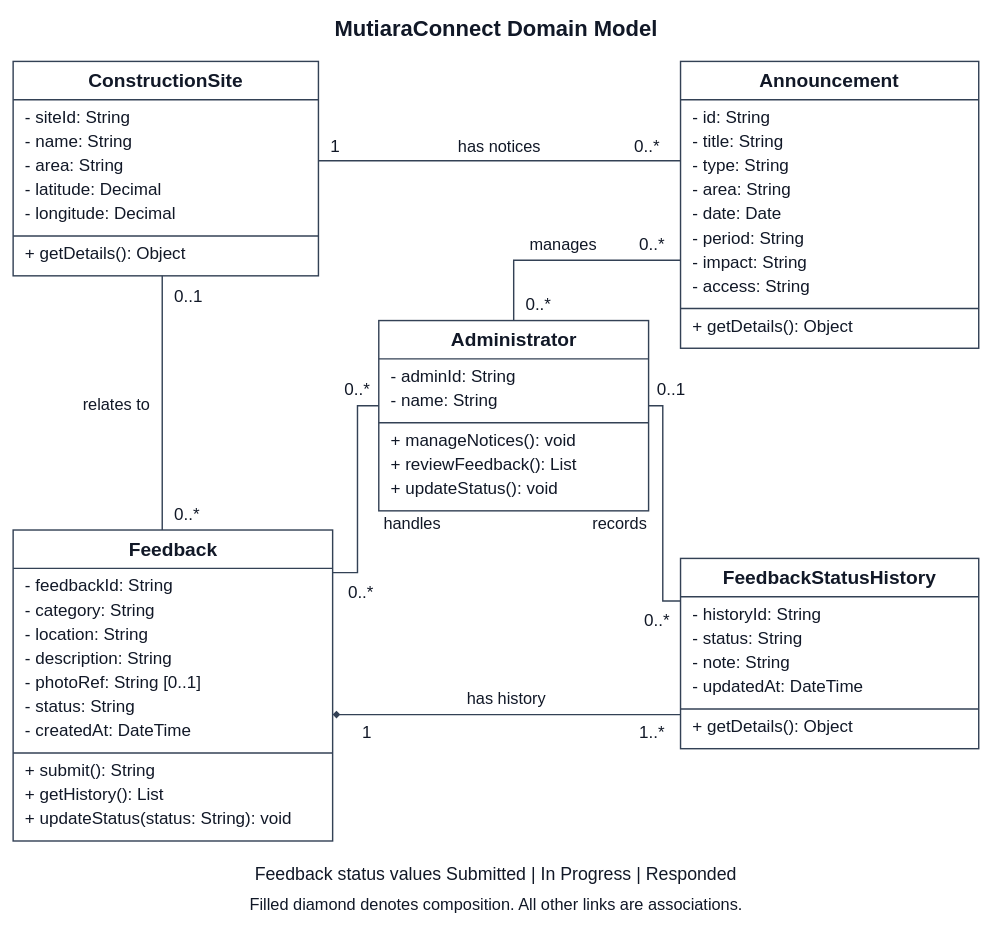
Before: docs/member2/diagrams/Class_Diagram.drawio in gyxiii/penang-lrt-community-platform, a draw.io diagram. Source tidied: cells renumbered, new cells numbered last; positions are measured from the earlier drawing's top-left corner, leaving out a move shared by most shapes. Both pictures are drawn from the tidied source at 71%, with x=0, y=0 at pixel (13, 12).
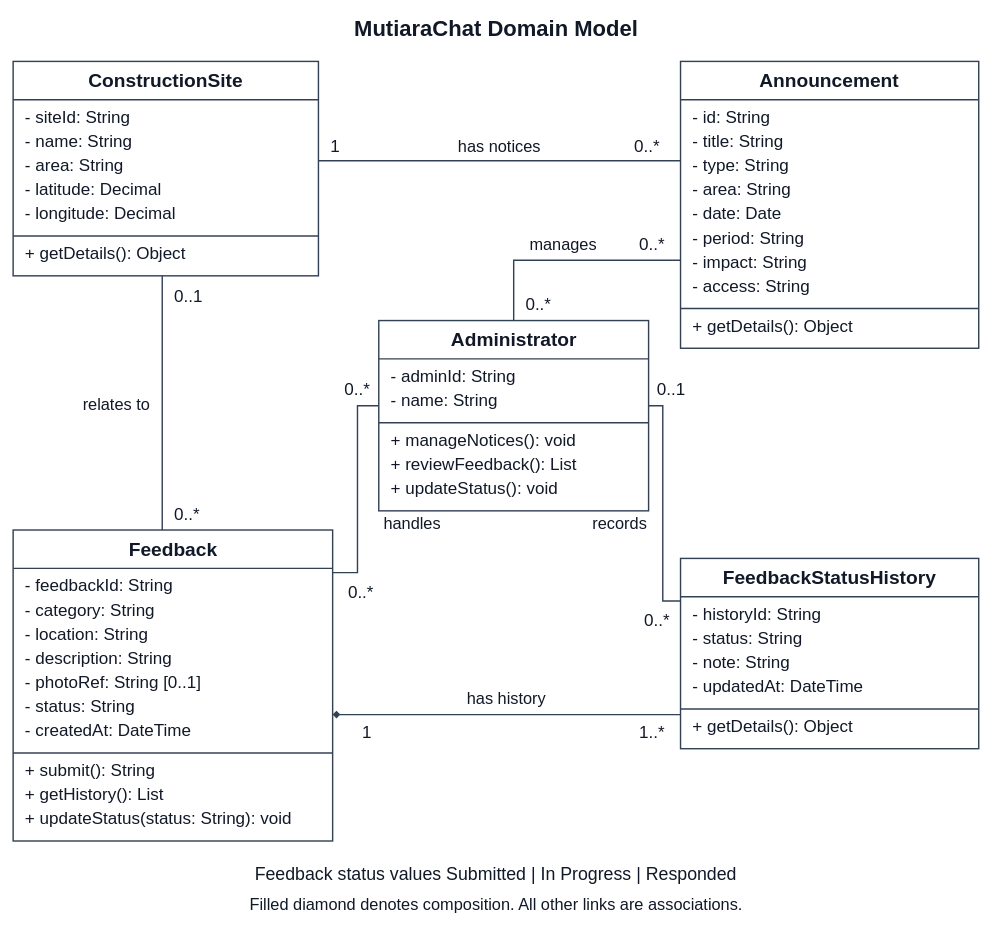
After the change.

Change to the diagram source:
```diff
@@
-    <mxCell id="2" value="MutiaraConnect Domain Model" style="text;html=0;align=center;verticalAlign=middle;whiteSpace=wrap;rounded=0;fontSize=31;fontFamily=Arial;fontColor=#111827;fontStyle=1;strokeColor=none;fillColor=none;" parent="1" vertex="1">
+    <mxCell id="2" value="MutiaraChat Domain Model" style="text;html=0;align=center;verticalAlign=middle;whiteSpace=wrap;rounded=0;fontSize=31;fontFamily=Arial;fontColor=#111827;fontStyle=1;strokeColor=none;fillColor=none;" parent="1" vertex="1">
       <mxGeometry x="445.6" width="468.7" height="43.4" as="geometry" />
     </mxCell>
```
